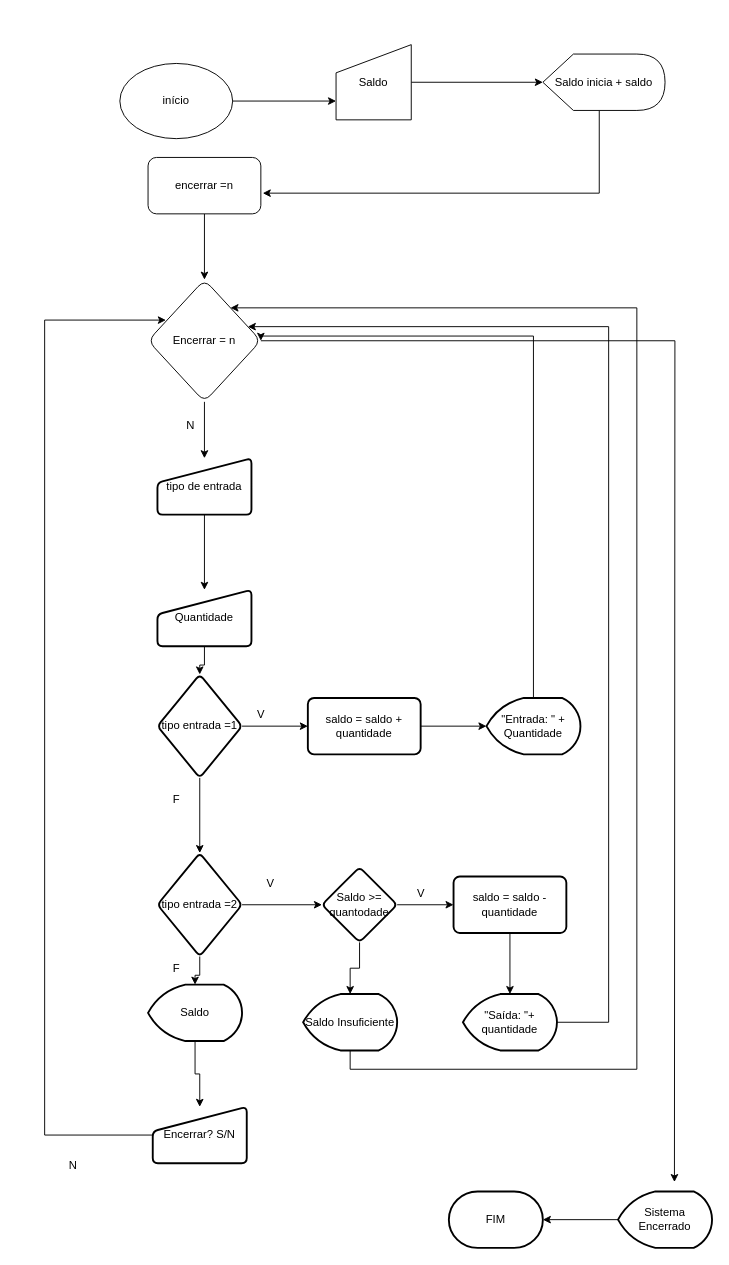
maikeldumke/04a---Atividade-1 keeps this draw.io diagram as estoque.drawio. Above is the earlier version. Source tidied: cells renumbered, new cells numbered last; positions are measured from the earlier drawing's top-left corner, leaving out a move shared by most shapes. Both pictures are drawn from the tidied source at 94%, with x=0, y=0 at pixel (44, 44).
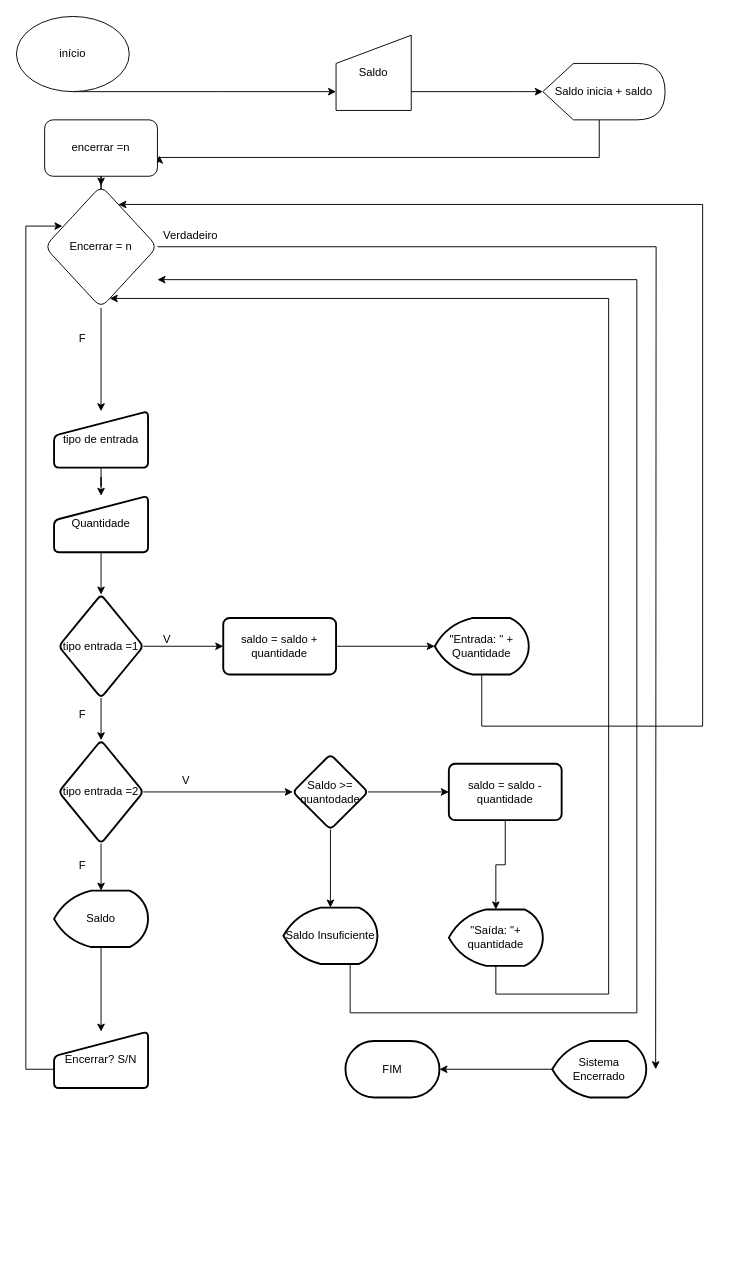
After the change.

What changed in the source:
```diff
@@
     <mxCell id="2" style="edgeStyle=orthogonalEdgeStyle;rounded=0;jettySize=auto;html=1;entryX=0;entryY=0.75;entryDx=0;entryDy=0;" parent="1" edge="1" source="3" target="5">
-      <mxGeometry relative="1" as="geometry" />
+      <mxGeometry relative="1" as="geometry">
+        <Array as="points">
+          <mxPoint x="190" y="50" />
+          <mxPoint x="190" y="50" />
+        </Array>
+      </mxGeometry>
     </mxCell>
     <mxCell id="3" value="início" style="ellipse;whiteSpace=wrap;html=1;" parent="1" vertex="1">
-      <mxGeometry x="80" y="20" width="120" height="80" as="geometry" />
+      <mxGeometry x="-30" y="-30" width="120" height="80" as="geometry" />
     </mxCell>
     <mxCell id="4" style="edgeStyle=orthogonalEdgeStyle;rounded=0;jettySize=auto;html=1;" parent="1" edge="1" source="5" target="7">
-      <mxGeometry relative="1" as="geometry" />
+      <mxGeometry relative="1" as="geometry">
+        <Array as="points">
+          <mxPoint x="500" y="50" />
+          <mxPoint x="500" y="50" />
+        </Array>
+      </mxGeometry>
     </mxCell>
     <mxCell id="5" value="Saldo" style="shape=manualInput;whiteSpace=wrap;html=1;" parent="1" vertex="1">
-      <mxGeometry x="310" width="80" height="80" as="geometry" />
+      <mxGeometry x="310" y="-10" width="80" height="80" as="geometry" />
     </mxCell>
     <mxCell id="6" style="edgeStyle=orthogonalEdgeStyle;rounded=0;jettySize=auto;html=1;entryX=1.017;entryY=0.633;entryDx=0;entryDy=0;entryPerimeter=0;" parent="1" edge="1" source="7" target="9">
       <mxGeometry relative="1" as="geometry">
         <Array as="points">
-          <mxPoint x="590" y="158" />
+          <mxPoint x="590" y="120" />
+          <mxPoint x="122" y="120" />
         </Array>
       </mxGeometry>
     </mxCell>
     <mxCell id="7" value="Saldo inicia + saldo" style="shape=display;whiteSpace=wrap;html=1;" parent="1" vertex="1">
-      <mxGeometry x="530" y="10" width="130" height="60" as="geometry" />
+      <mxGeometry x="530" y="20" width="130" height="60" as="geometry" />
     </mxCell>
@@
     <mxCell id="9" value="encerrar =n" style="rounded=1;whiteSpace=wrap;html=1;" parent="1" vertex="1">
-      <mxGeometry x="110" y="120" width="120" height="60" as="geometry" />
+      <mxGeometry y="80" width="120" height="60" as="geometry" />
     </mxCell>
@@
-    <mxCell id="11" style="edgeStyle=orthogonalEdgeStyle;rounded=0;jettySize=auto;html=1;" parent="1" edge="1" source="12">
+    <mxCell id="11" style="edgeStyle=orthogonalEdgeStyle;rounded=0;jettySize=auto;html=1;exitX=1;exitY=0.5;exitDx=0;exitDy=0;" parent="1" edge="1" source="12">
       <mxGeometry relative="1" as="geometry">
-        <mxPoint x="670" y="1210" as="targetPoint" />
+        <mxPoint x="650" y="1090" as="targetPoint" />
       </mxGeometry>
     </mxCell>
     <mxCell id="12" value="Encerrar = n" style="rhombus;whiteSpace=wrap;html=1;rounded=1;" parent="1" vertex="1">
-      <mxGeometry x="110" y="250" width="120" height="130" as="geometry" />
+      <mxGeometry y="150" width="120" height="130" as="geometry" />
     </mxCell>
@@
     <mxCell id="14" value="tipo de entrada" style="html=1;strokeWidth=2;shape=manualInput;whiteSpace=wrap;rounded=1;size=26;arcSize=11;" parent="1" vertex="1">
-      <mxGeometry x="120" y="440" width="100" height="60" as="geometry" />
+      <mxGeometry x="10" y="390" width="100" height="60" as="geometry" />
     </mxCell>
@@
     <mxCell id="16" value="Quantidade" style="html=1;strokeWidth=2;shape=manualInput;whiteSpace=wrap;rounded=1;size=26;arcSize=11;" parent="1" vertex="1">
-      <mxGeometry x="120" y="580" width="100" height="60" as="geometry" />
+      <mxGeometry x="10" y="480" width="100" height="60" as="geometry" />
     </mxCell>
@@
     <mxCell id="19" value="tipo entrada =1" style="rhombus;whiteSpace=wrap;html=1;strokeWidth=2;rounded=1;arcSize=11;" parent="1" vertex="1">
-      <mxGeometry x="120" y="670" width="90" height="110" as="geometry" />
+      <mxGeometry x="15" y="585" width="90" height="110" as="geometry" />
     </mxCell>
@@
     <mxCell id="21" value="saldo = saldo + quantidade" style="whiteSpace=wrap;html=1;strokeWidth=2;rounded=1;arcSize=11;" parent="1" vertex="1">
-      <mxGeometry x="280" y="695" width="120" height="60" as="geometry" />
+      <mxGeometry x="190" y="610" width="120" height="60" as="geometry" />
     </mxCell>
-    <mxCell id="22" value="N" style="text;html=1;align=center;verticalAlign=middle;strokeColor=none;fillColor=none;" parent="1" vertex="1">
-      <mxGeometry x="140" y="390" width="30" height="30" as="geometry" />
-    </mxCell>
-    <mxCell id="23" style="edgeStyle=orthogonalEdgeStyle;rounded=0;jettySize=auto;html=1;entryX=1;entryY=0.5;entryDx=0;entryDy=0;" parent="1" edge="1" source="24" target="12">
+    <mxCell id="23" style="edgeStyle=orthogonalEdgeStyle;rounded=0;jettySize=auto;html=1;" parent="1" edge="1" source="24" target="12">
       <mxGeometry relative="1" as="geometry">
         <Array as="points">
-          <mxPoint x="520" y="310" />
-          <mxPoint x="230" y="310" />
+          <mxPoint x="465" y="725" />
+          <mxPoint x="700" y="725" />
+          <mxPoint x="700" y="170" />
         </Array>
       </mxGeometry>
     </mxCell>
     <mxCell id="24" value="&quot;Entrada: &quot; + Quantidade" style="strokeWidth=2;html=1;shape=mxgraph.flowchart.display;whiteSpace=wrap;" parent="1" vertex="1">
-      <mxGeometry x="470" y="695" width="100" height="60" as="geometry" />
+      <mxGeometry x="415" y="610" width="100" height="60" as="geometry" />
     </mxCell>
-    <mxCell id="25" value="V" style="text;html=1;align=center;verticalAlign=middle;strokeColor=none;fillColor=none;" parent="1" vertex="1">
-      <mxGeometry x="215" y="698" width="30" height="30" as="geometry" />
-    </mxCell>
@@
     <mxCell id="28" value="tipo entrada =2" style="rhombus;whiteSpace=wrap;html=1;strokeWidth=2;rounded=1;arcSize=11;" parent="1" vertex="1">
-      <mxGeometry x="120" y="860" width="90" height="110" as="geometry" />
+      <mxGeometry x="15" y="740" width="90" height="110" as="geometry" />
     </mxCell>
-    <mxCell id="29" value="F" style="text;html=1;align=center;verticalAlign=middle;strokeColor=none;fillColor=none;" parent="1" vertex="1">
-      <mxGeometry x="125" y="788" width="30" height="30" as="geometry" />
-    </mxCell>
@@
     <mxCell id="32" value="Saldo &amp;gt;= quantodade" style="rhombus;whiteSpace=wrap;html=1;strokeWidth=2;rounded=1;arcSize=11;" parent="1" vertex="1">
-      <mxGeometry x="295" y="875" width="80" height="80" as="geometry" />
+      <mxGeometry x="264" y="755" width="80" height="80" as="geometry" />
     </mxCell>
-    <mxCell id="33" value="V" style="text;html=1;align=center;verticalAlign=middle;strokeColor=none;fillColor=none;" parent="1" vertex="1">
-      <mxGeometry x="225" y="878" width="30" height="30" as="geometry" />
-    </mxCell>
@@
     <mxCell id="35" value="saldo = saldo - quantidade" style="whiteSpace=wrap;html=1;strokeWidth=2;rounded=1;arcSize=11;" parent="1" vertex="1">
-      <mxGeometry x="435" y="885" width="120" height="60" as="geometry" />
+      <mxGeometry x="430" y="765" width="120" height="60" as="geometry" />
     </mxCell>
-    <mxCell id="36" value="V" style="text;html=1;align=center;verticalAlign=middle;strokeColor=none;fillColor=none;" parent="1" vertex="1">
-      <mxGeometry x="385" y="888" width="30" height="30" as="geometry" />
-    </mxCell>
-    <mxCell id="37" style="edgeStyle=orthogonalEdgeStyle;rounded=0;jettySize=auto;html=1;" parent="1" edge="1" source="38" target="12">
+    <mxCell id="37" style="edgeStyle=orthogonalEdgeStyle;rounded=0;jettySize=auto;html=1;" parent="1" edge="1" source="38">
       <mxGeometry relative="1" as="geometry">
+        <mxPoint x="120" y="250" as="targetPoint" />
         <Array as="points">
-          <mxPoint x="325" y="1090" />
-          <mxPoint x="630" y="1090" />
-          <mxPoint x="630" y="280" />
+          <mxPoint x="325" y="1030" />
+          <mxPoint x="630" y="1030" />
+          <mxPoint x="630" y="250" />
         </Array>
       </mxGeometry>
     </mxCell>
     <mxCell id="38" value="Saldo Insuficiente" style="strokeWidth=2;html=1;shape=mxgraph.flowchart.display;whiteSpace=wrap;" parent="1" vertex="1">
-      <mxGeometry x="275" y="1010" width="100" height="60" as="geometry" />
+      <mxGeometry x="254" y="918" width="100" height="60" as="geometry" />
     </mxCell>
     <mxCell id="39" style="edgeStyle=orthogonalEdgeStyle;rounded=0;jettySize=auto;html=1;" parent="1" edge="1" source="40" target="12">
       <mxGeometry relative="1" as="geometry">
         <Array as="points">
-          <mxPoint x="600" y="1040" />
-          <mxPoint x="600" y="300" />
+          <mxPoint x="480" y="1010" />
+          <mxPoint x="600" y="1010" />
+          <mxPoint x="600" y="270" />
         </Array>
       </mxGeometry>
     </mxCell>
     <mxCell id="40" value="&quot;Saída: &quot;+ quantidade" style="strokeWidth=2;html=1;shape=mxgraph.flowchart.display;whiteSpace=wrap;" parent="1" vertex="1">
-      <mxGeometry x="445" y="1010" width="100" height="60" as="geometry" />
+      <mxGeometry x="430" y="920" width="100" height="60" as="geometry" />
     </mxCell>
@@
     <mxCell id="42" value="Saldo" style="strokeWidth=2;html=1;shape=mxgraph.flowchart.display;whiteSpace=wrap;" parent="1" vertex="1">
-      <mxGeometry x="110" y="1000" width="100" height="60" as="geometry" />
+      <mxGeometry x="10" y="900" width="100" height="60" as="geometry" />
     </mxCell>
-    <mxCell id="43" value="F" style="text;html=1;align=center;verticalAlign=middle;strokeColor=none;fillColor=none;" parent="1" vertex="1">
-      <mxGeometry x="125" y="968" width="30" height="30" as="geometry" />
-    </mxCell>
     <mxCell id="44" style="edgeStyle=orthogonalEdgeStyle;rounded=0;jettySize=auto;html=1;entryX=0.158;entryY=0.331;entryDx=0;entryDy=0;entryPerimeter=0;" parent="1" edge="1" source="45" target="12">
       <mxGeometry relative="1" as="geometry">
         <Array as="points">
-          <mxPoint y="1160" />
-          <mxPoint y="293" />
+          <mxPoint x="-20" y="1090" />
+          <mxPoint x="-20" y="193" />
         </Array>
       </mxGeometry>
     </mxCell>
     <mxCell id="45" value="Encerrar? S/N" style="html=1;strokeWidth=2;shape=manualInput;whiteSpace=wrap;rounded=1;size=26;arcSize=11;" parent="1" vertex="1">
-      <mxGeometry x="115" y="1130" width="100" height="60" as="geometry" />
+      <mxGeometry x="10" y="1050" width="100" height="60" as="geometry" />
     </mxCell>
-    <mxCell id="46" value="N" style="text;html=1;align=center;verticalAlign=middle;strokeColor=none;fillColor=none;" parent="1" vertex="1">
-      <mxGeometry x="15" y="1178" width="30" height="30" as="geometry" />
-    </mxCell>
@@
     <mxCell id="48" value="Sistema Encerrado" style="strokeWidth=2;html=1;shape=mxgraph.flowchart.display;whiteSpace=wrap;" parent="1" vertex="1">
-      <mxGeometry x="610" y="1220" width="100" height="60" as="geometry" />
+      <mxGeometry x="540" y="1060" width="100" height="60" as="geometry" />
     </mxCell>
     <mxCell id="49" value="FIM" style="strokeWidth=2;html=1;shape=mxgraph.flowchart.terminator;whiteSpace=wrap;" parent="1" vertex="1">
-      <mxGeometry x="430" y="1220" width="100" height="60" as="geometry" />
+      <mxGeometry x="320" y="1060" width="100" height="60" as="geometry" />
     </mxCell>
+    <mxCell id="50" value="Verdadeiro" style="text;html=1;align=center;verticalAlign=middle;strokeColor=none;fillColor=none;" parent="1" vertex="1">
+      <mxGeometry x="115" y="188" width="80" height="30" as="geometry" />
+    </mxCell>
+    <mxCell id="51" value="F" style="text;html=1;align=center;verticalAlign=middle;strokeColor=none;fillColor=none;" parent="1" vertex="1">
+      <mxGeometry x="25" y="298" width="30" height="30" as="geometry" />
+    </mxCell>
+    <mxCell id="52" value="V" style="text;html=1;align=center;verticalAlign=middle;strokeColor=none;fillColor=none;" parent="1" vertex="1">
+      <mxGeometry x="115" y="618" width="30" height="30" as="geometry" />
+    </mxCell>
+    <mxCell id="53" value="F" style="text;html=1;align=center;verticalAlign=middle;strokeColor=none;fillColor=none;" parent="1" vertex="1">
+      <mxGeometry x="25" y="698" width="30" height="30" as="geometry" />
+    </mxCell>
+    <mxCell id="54" value="V" style="text;html=1;align=center;verticalAlign=middle;strokeColor=none;fillColor=none;" parent="1" vertex="1">
+      <mxGeometry x="135" y="768" width="30" height="30" as="geometry" />
+    </mxCell>
+    <mxCell id="55" value="F" style="text;html=1;align=center;verticalAlign=middle;strokeColor=none;fillColor=none;" parent="1" vertex="1">
+      <mxGeometry x="25" y="858" width="30" height="30" as="geometry" />
+    </mxCell>
```
